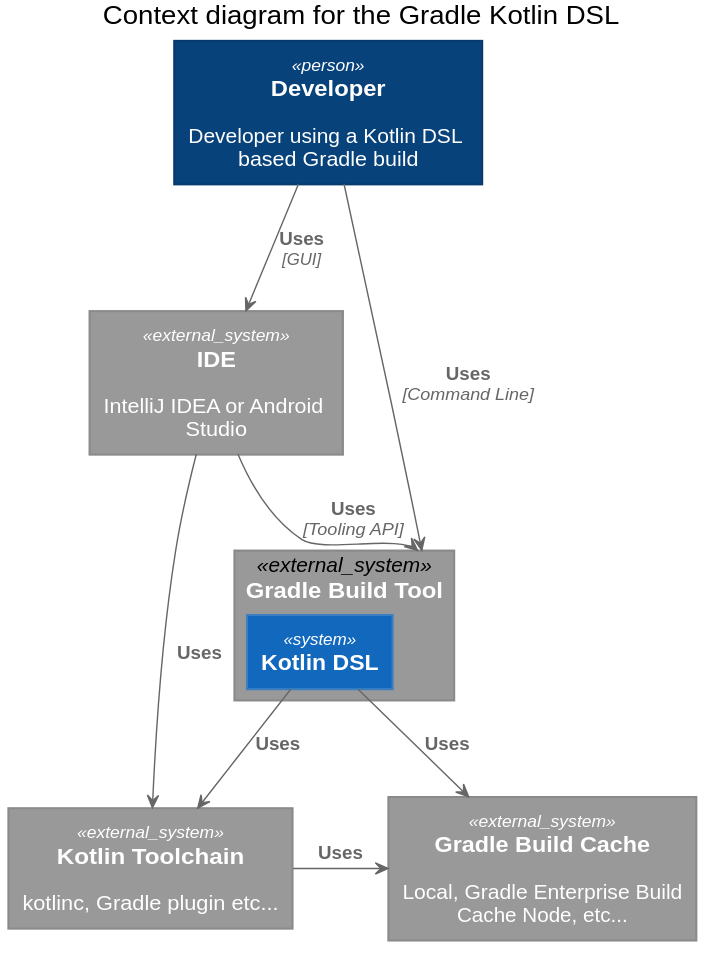
Earlier version of the PlantUML export doc/c4/images/C4_1_Context.svg (gradle/gradle). Its diagram source:
```plantuml
@startuml




skinparam defaultTextAlignment center

skinparam wrapWidth 200
skinparam maxMessageSize 150

skinparam rectangle {
    StereotypeFontSize 12
    shadowing false
}

skinparam Arrow {
    Color #666666
    FontColor #666666
    FontSize 12
}

skinparam rectangle<<boundary>> {
    Shadowing false
    StereotypeFontSize 0
    FontSize 12
    FontColor #444444
    BorderColor #444444
    BorderStyle dashed
}






















skinparam rectangle<<person>> {
    StereotypeFontColor #FFFFFF
    FontColor #FFFFFF
    BackgroundColor #08427B
    BorderColor #073B6F
}

skinparam rectangle<<external_person>> {
    StereotypeFontColor #FFFFFF
    FontColor #FFFFFF
    BackgroundColor #686868
    BorderColor #8A8A8A
}

skinparam rectangle<<system>> {
    StereotypeFontColor #FFFFFF
    FontColor #FFFFFF
    BackgroundColor #1168BD
    BorderColor #3C7FC0
}

skinparam rectangle<<external_system>> {
    StereotypeFontColor #FFFFFF
    FontColor #FFFFFF
    BackgroundColor #999999
    BorderColor #8A8A8A
}










top to bottom direction

title Context diagram for the Gradle Kotlin DSL

rectangle "==Developer\n\n Developer using a Kotlin DSL based Gradle build" <<person>> as dev

rectangle "==Gradle Build Tool" <<external_system>> as gradle {
    rectangle "==Kotlin DSL" <<system>> as gradleKotlinDsl
}

rectangle "==IDE\n\n IntelliJ IDEA or Android Studio" <<external_system>> as ide

rectangle "==Kotlin Toolchain\n\n kotlinc, Gradle plugin etc..." <<external_system>> as kotlinTools

rectangle "==Gradle Build Cache\n\n Local, Gradle Enterprise Build Cache Node, etc..." <<external_system>> as buildCache

dev --> gradle : "===Uses\n//<size:12>[Command Line]</size>//"
gradleKotlinDsl --> kotlinTools : "===Uses"
gradleKotlinDsl --> buildCache : "===Uses"

dev --> ide : "===Uses\n//<size:12>[GUI]</size>//"
ide --> gradle : "===Uses\n//<size:12>[Tooling API]</size>//"
ide --> kotlinTools : "===Uses"
kotlinTools -> buildCache : "===Uses"

@enduml
```
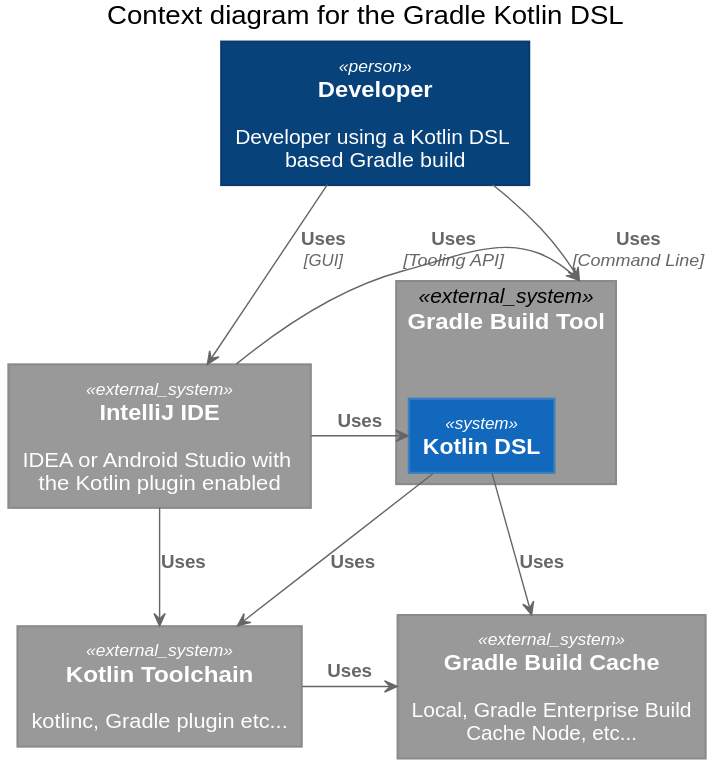
Later version of the same file.

Diff of the diagram source:
```diff
@@ -96,7 +96,7 @@
     rectangle "==Kotlin DSL" <<system>> as gradleKotlinDsl
 }
 
-rectangle "==IDE\n\n IntelliJ IDEA or Android Studio" <<external_system>> as ide
+rectangle "==IntelliJ IDE\n\n IDEA or Android Studio with the Kotlin plugin enabled" <<external_system>> as ide
 
 rectangle "==Kotlin Toolchain\n\n kotlinc, Gradle plugin etc..." <<external_system>> as kotlinTools
 
@@ -107,8 +107,10 @@
 gradleKotlinDsl --> buildCache : "===Uses"
 
 dev --> ide : "===Uses\n//<size:12>[GUI]</size>//"
-ide --> gradle : "===Uses\n//<size:12>[Tooling API]</size>//"
+ide -UP-> gradle : "===Uses\n//<size:12>[Tooling API]</size>//"
+ide --> gradleKotlinDsl : "===Uses"
 ide --> kotlinTools : "===Uses"
+
 kotlinTools -> buildCache : "===Uses"
 
 @enduml
```
